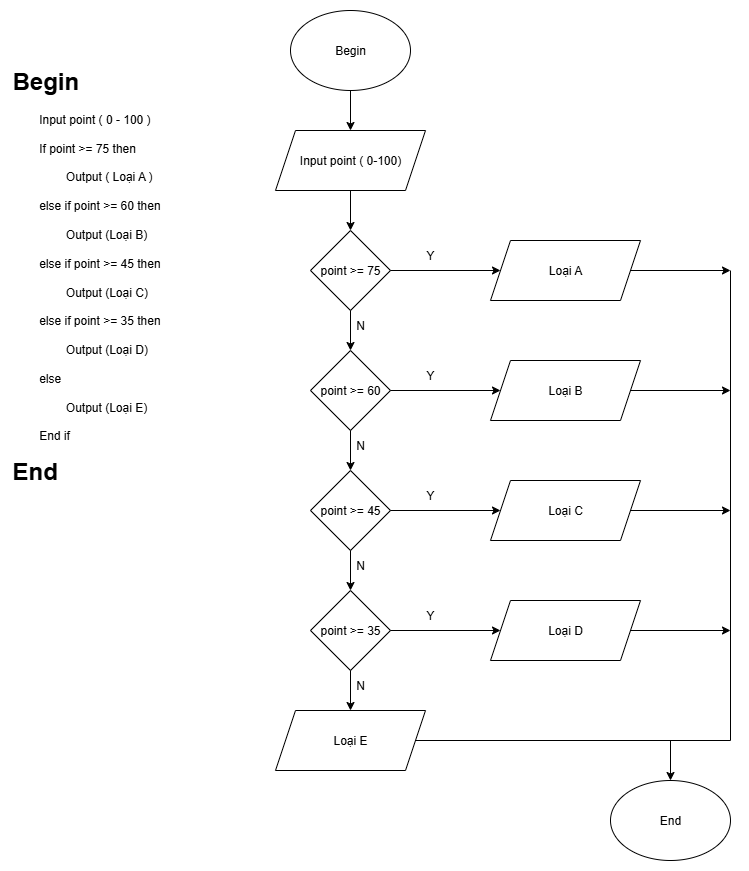
vinhdevz/C0925G1-DoThanhVinh keeps this draw.io diagram as ss3_ma_gia_luu_do/bai5.png. Above is the earlier version. Source tidied: cells renumbered, new cells last; positions are measured from the earlier drawing's top-left corner, leaving out a move shared by most shapes.
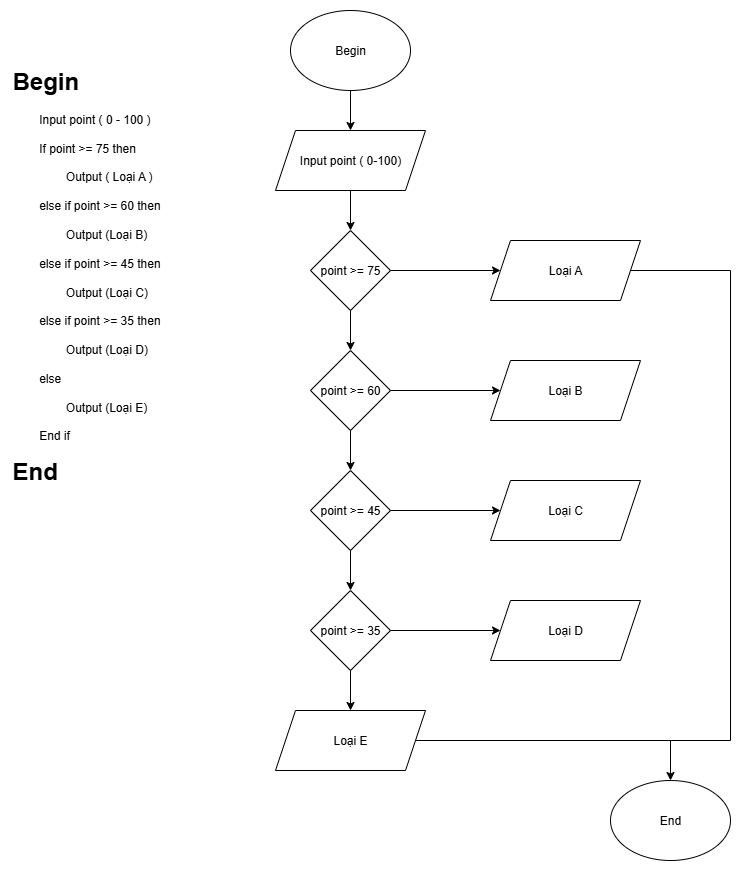
The same diagram one commit later.

Change to the diagram source:
```diff
@@ -68,9 +68,8 @@
     <mxCell id="23" value="Loại E" style="shape=parallelogram;perimeter=parallelogramPerimeter;whiteSpace=wrap;html=1;fixedSize=1;" parent="1" vertex="1">
       <mxGeometry x="265" y="700" width="150" height="60" as="geometry" />
     </mxCell>
-    <mxCell id="24" style="endArrow=none;html=1;rounded=0;exitX=1;exitY=0.5;exitDx=0;exitDy=0;" parent="1" edge="1" source="23">
+    <mxCell id="24" style="endArrow=none;html=1;rounded=0;entryX=1;entryY=0.5;entryDx=0;entryDy=0;exitX=1;exitY=0.5;exitDx=0;exitDy=0;" parent="1" edge="1" source="23" target="6">
       <mxGeometry relative="1" as="geometry">
-        <mxPoint x="720" y="260" as="targetPoint" />
         <Array as="points">
           <mxPoint x="720" y="730" />
           <mxPoint x="720" y="260" />
@@ -85,49 +84,5 @@
         <mxPoint x="660" y="730" as="sourcePoint" />
       </mxGeometry>
     </mxCell>
-    <mxCell id="27" style="endArrow=classic;html=1;rounded=0;exitX=1;exitY=0.5;exitDx=0;exitDy=0;" parent="1" edge="1" source="16">
-      <mxGeometry relative="1" as="geometry">
-        <mxPoint x="720" y="380" as="targetPoint" />
-      </mxGeometry>
-    </mxCell>
-    <mxCell id="28" style="endArrow=classic;html=1;rounded=0;exitX=1;exitY=0.5;exitDx=0;exitDy=0;" parent="1" edge="1" source="17">
-      <mxGeometry relative="1" as="geometry">
-        <mxPoint x="720" y="500" as="targetPoint" />
-      </mxGeometry>
-    </mxCell>
-    <mxCell id="29" style="endArrow=classic;html=1;rounded=0;exitX=1;exitY=0.5;exitDx=0;exitDy=0;" parent="1" edge="1" source="18">
-      <mxGeometry relative="1" as="geometry">
-        <mxPoint x="720" y="620" as="targetPoint" />
-      </mxGeometry>
-    </mxCell>
-    <mxCell id="30" value="Y" style="text;html=1;align=center;verticalAlign=middle;whiteSpace=wrap;rounded=0;" parent="1" vertex="1">
-      <mxGeometry x="390" y="230" width="60" height="30" as="geometry" />
-    </mxCell>
-    <mxCell id="31" value="N" style="text;html=1;align=center;verticalAlign=middle;whiteSpace=wrap;rounded=0;" parent="1" vertex="1">
-      <mxGeometry x="320" y="300" width="60" height="30" as="geometry" />
-    </mxCell>
-    <mxCell id="32" value="Y" style="text;html=1;align=center;verticalAlign=middle;whiteSpace=wrap;rounded=0;" parent="1" vertex="1">
-      <mxGeometry x="390" y="350" width="60" height="30" as="geometry" />
-    </mxCell>
-    <mxCell id="33" value="N" style="text;html=1;align=center;verticalAlign=middle;whiteSpace=wrap;rounded=0;" parent="1" vertex="1">
-      <mxGeometry x="320" y="420" width="60" height="30" as="geometry" />
-    </mxCell>
-    <mxCell id="34" value="Y" style="text;html=1;align=center;verticalAlign=middle;whiteSpace=wrap;rounded=0;" parent="1" vertex="1">
-      <mxGeometry x="390" y="470" width="60" height="30" as="geometry" />
-    </mxCell>
-    <mxCell id="35" value="N" style="text;html=1;align=center;verticalAlign=middle;whiteSpace=wrap;rounded=0;" parent="1" vertex="1">
-      <mxGeometry x="320" y="540" width="60" height="30" as="geometry" />
-    </mxCell>
-    <mxCell id="36" value="Y" style="text;html=1;align=center;verticalAlign=middle;whiteSpace=wrap;rounded=0;" parent="1" vertex="1">
-      <mxGeometry x="390" y="590" width="60" height="30" as="geometry" />
-    </mxCell>
-    <mxCell id="37" value="N" style="text;html=1;align=center;verticalAlign=middle;whiteSpace=wrap;rounded=0;" parent="1" vertex="1">
-      <mxGeometry x="320" y="660" width="60" height="30" as="geometry" />
-    </mxCell>
-    <mxCell id="38" style="endArrow=classic;html=1;rounded=0;exitX=1;exitY=0.5;exitDx=0;exitDy=0;" parent="1" edge="1" source="6">
-      <mxGeometry relative="1" as="geometry">
-        <mxPoint x="720" y="260" as="targetPoint" />
-      </mxGeometry>
-    </mxCell>
   </root>
 </mxGraphModel>
```
